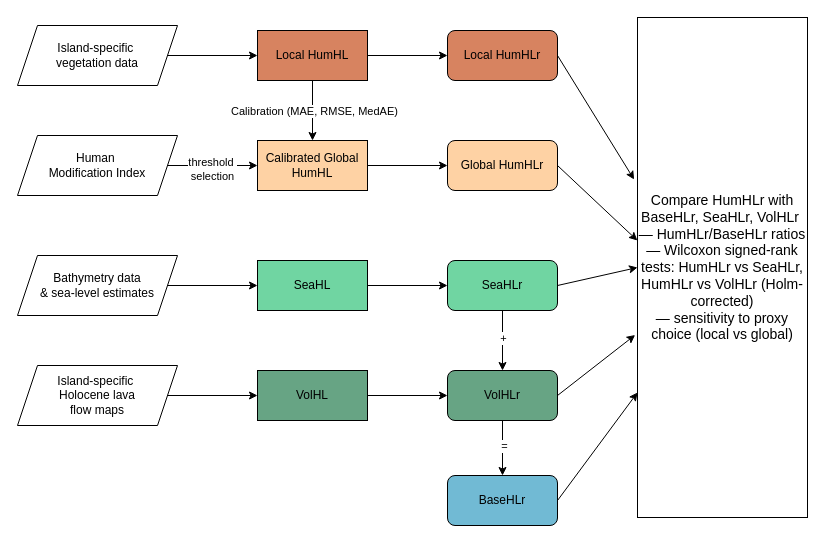
Earlier version of the draw.io diagram HNR_workflow.drawio (giuliamalisani/island-habitat-loss-supplementary-materials). Source tidied: cells renumbered, new cells numbered last; positions are measured from the earlier drawing's top-left corner, leaving out a move shared by most shapes. Both pictures are drawn from the tidied source at 100%, with x=0, y=0 at pixel (17, 17).
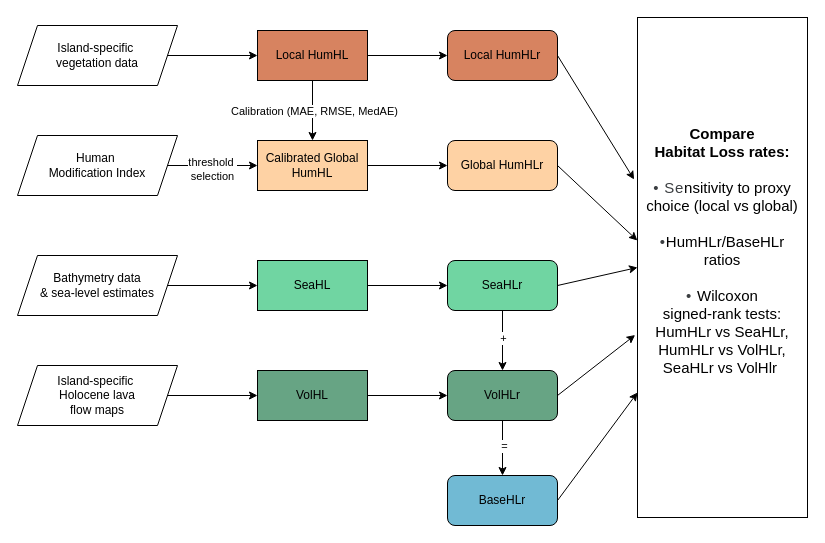
The same diagram, later.

Diff of the diagram source:
```diff
@@
-    <mxCell id="30" value="&lt;font style=&quot;font-size: 14px;&quot;&gt;Compare HumHLr with BaseHLr, SeaHLr, VolHLr&amp;nbsp;&lt;/font&gt;&lt;div&gt;&lt;font style=&quot;font-size: 14px;&quot;&gt;— HumHLr/BaseHLr ratios&lt;br&gt;— Wilcoxon signed-rank tests: HumHLr vs SeaHLr, HumHLr vs VolHLr (Holm-corrected)&lt;br&gt;— sensitivity to proxy choice (local vs global)&lt;/font&gt;&lt;/div&gt;" style="rounded=0;whiteSpace=wrap;html=1;" parent="1" vertex="1">
+    <mxCell id="30" value="&lt;font style=&quot;font-size: 15px;&quot; face=&quot;Helvetica&quot;&gt;&lt;b style=&quot;&quot;&gt;Compare &lt;br&gt;Habitat Loss rates:&lt;/b&gt;&lt;/font&gt;&lt;div&gt;&lt;span style=&quot;font-size: 15px;&quot;&gt;&lt;b&gt;&lt;br&gt;&lt;/b&gt;&lt;/span&gt;&lt;/div&gt;&lt;div&gt;&lt;span style=&quot;background-color: rgb(255, 255, 255); color: rgb(59, 62, 65); font-size: 15px; font-variant-ligatures: no-common-ligatures; letter-spacing: 0.76px; text-align: left;&quot;&gt;•&amp;nbsp;&lt;/span&gt;&lt;font face=&quot;Helvetica&quot; style=&quot;font-size: 15px;&quot;&gt;&lt;span style=&quot;background-color: rgb(255, 255, 255); color: rgb(59, 62, 65); font-variant-ligatures: no-common-ligatures; letter-spacing: 0.76px; text-align: left;&quot;&gt;Se&lt;/span&gt;&lt;span style=&quot;background-color: transparent; color: light-dark(rgb(0, 0, 0), rgb(255, 255, 255));&quot;&gt;n&lt;/span&gt;&lt;span style=&quot;background-color: transparent; color: light-dark(rgb(0, 0, 0), rgb(255, 255, 255));&quot;&gt;si&lt;/span&gt;&lt;span style=&quot;background-color: transparent; color: light-dark(rgb(0, 0, 0), rgb(255, 255, 255));&quot;&gt;tivity to proxy choice (local vs global)&lt;/span&gt;&lt;/font&gt;&lt;span style=&quot;font-size: 15px;&quot;&gt;&lt;b&gt;&lt;br&gt;&lt;/b&gt;&lt;/span&gt;&lt;div&gt;&lt;font style=&quot;font-size: 15px;&quot; face=&quot;Helvetica&quot;&gt;&lt;b&gt;&lt;br&gt;&lt;/b&gt;&lt;/font&gt;&lt;div&gt;&lt;font style=&quot;font-size: 15px;&quot; face=&quot;Helvetica&quot;&gt;&lt;span style=&quot;background-color: rgb(255, 255, 255); color: rgb(59, 62, 65); font-variant-ligatures: no-common-ligatures; letter-spacing: 0.76px; text-align: left;&quot;&gt;•&lt;/span&gt;&lt;span style=&quot;background-color: transparent; color: light-dark(rgb(0, 0, 0), rgb(255, 255, 255));&quot;&gt;HumHLr/BaseHLr&lt;br&gt;&lt;/span&gt;&lt;span style=&quot;background-color: transparent; color: light-dark(rgb(0, 0, 0), rgb(255, 255, 255));&quot;&gt;ratios&lt;/span&gt;&lt;/font&gt;&lt;/div&gt;&lt;div&gt;&lt;span style=&quot;background-color: transparent; color: light-dark(rgb(0, 0, 0), rgb(255, 255, 255));&quot;&gt;&lt;font style=&quot;font-size: 15px;&quot; face=&quot;Helvetica&quot;&gt;&lt;br&gt;&lt;/font&gt;&lt;/span&gt;&lt;/div&gt;&lt;div&gt;&lt;font style=&quot;font-size: 15px;&quot; face=&quot;Helvetica&quot;&gt;&lt;span style=&quot;background-color: rgb(255, 255, 255); color: rgb(59, 62, 65); font-variant-ligatures: no-common-ligatures; letter-spacing: 0.76px; text-align: left;&quot;&gt;•&amp;nbsp;&lt;/span&gt;&lt;span style=&quot;background-color: transparent; color: light-dark(rgb(0, 0, 0), rgb(255, 255, 255));&quot;&gt;Wilcoxon &lt;br&gt;signed-rank tests: &lt;br&gt;HumHLr vs SeaHLr, HumHLr vs VolHLr,&lt;br&gt;SeaHLr vs VolHlr&amp;nbsp;&lt;/span&gt;&lt;/font&gt;&lt;/div&gt;&lt;div&gt;&lt;font style=&quot;font-size: 15px;&quot; face=&quot;Helvetica&quot;&gt;&lt;font style=&quot;&quot;&gt;&lt;font&gt;&lt;span style=&quot;background-color: rgb(255, 255, 255); color: rgb(59, 62, 65); font-variant-ligatures: no-common-ligatures; letter-spacing: 0.76px; text-align: left;&quot;&gt;&lt;br&gt;&lt;/span&gt;&lt;/font&gt;&lt;/font&gt;&lt;/font&gt;&lt;/div&gt;&lt;div&gt;&lt;br&gt;&lt;/div&gt;&lt;/div&gt;&lt;/div&gt;" style="rounded=0;whiteSpace=wrap;html=1;" parent="1" vertex="1">
       <mxGeometry x="620" width="170" height="500" as="geometry" />
     </mxCell>
```
